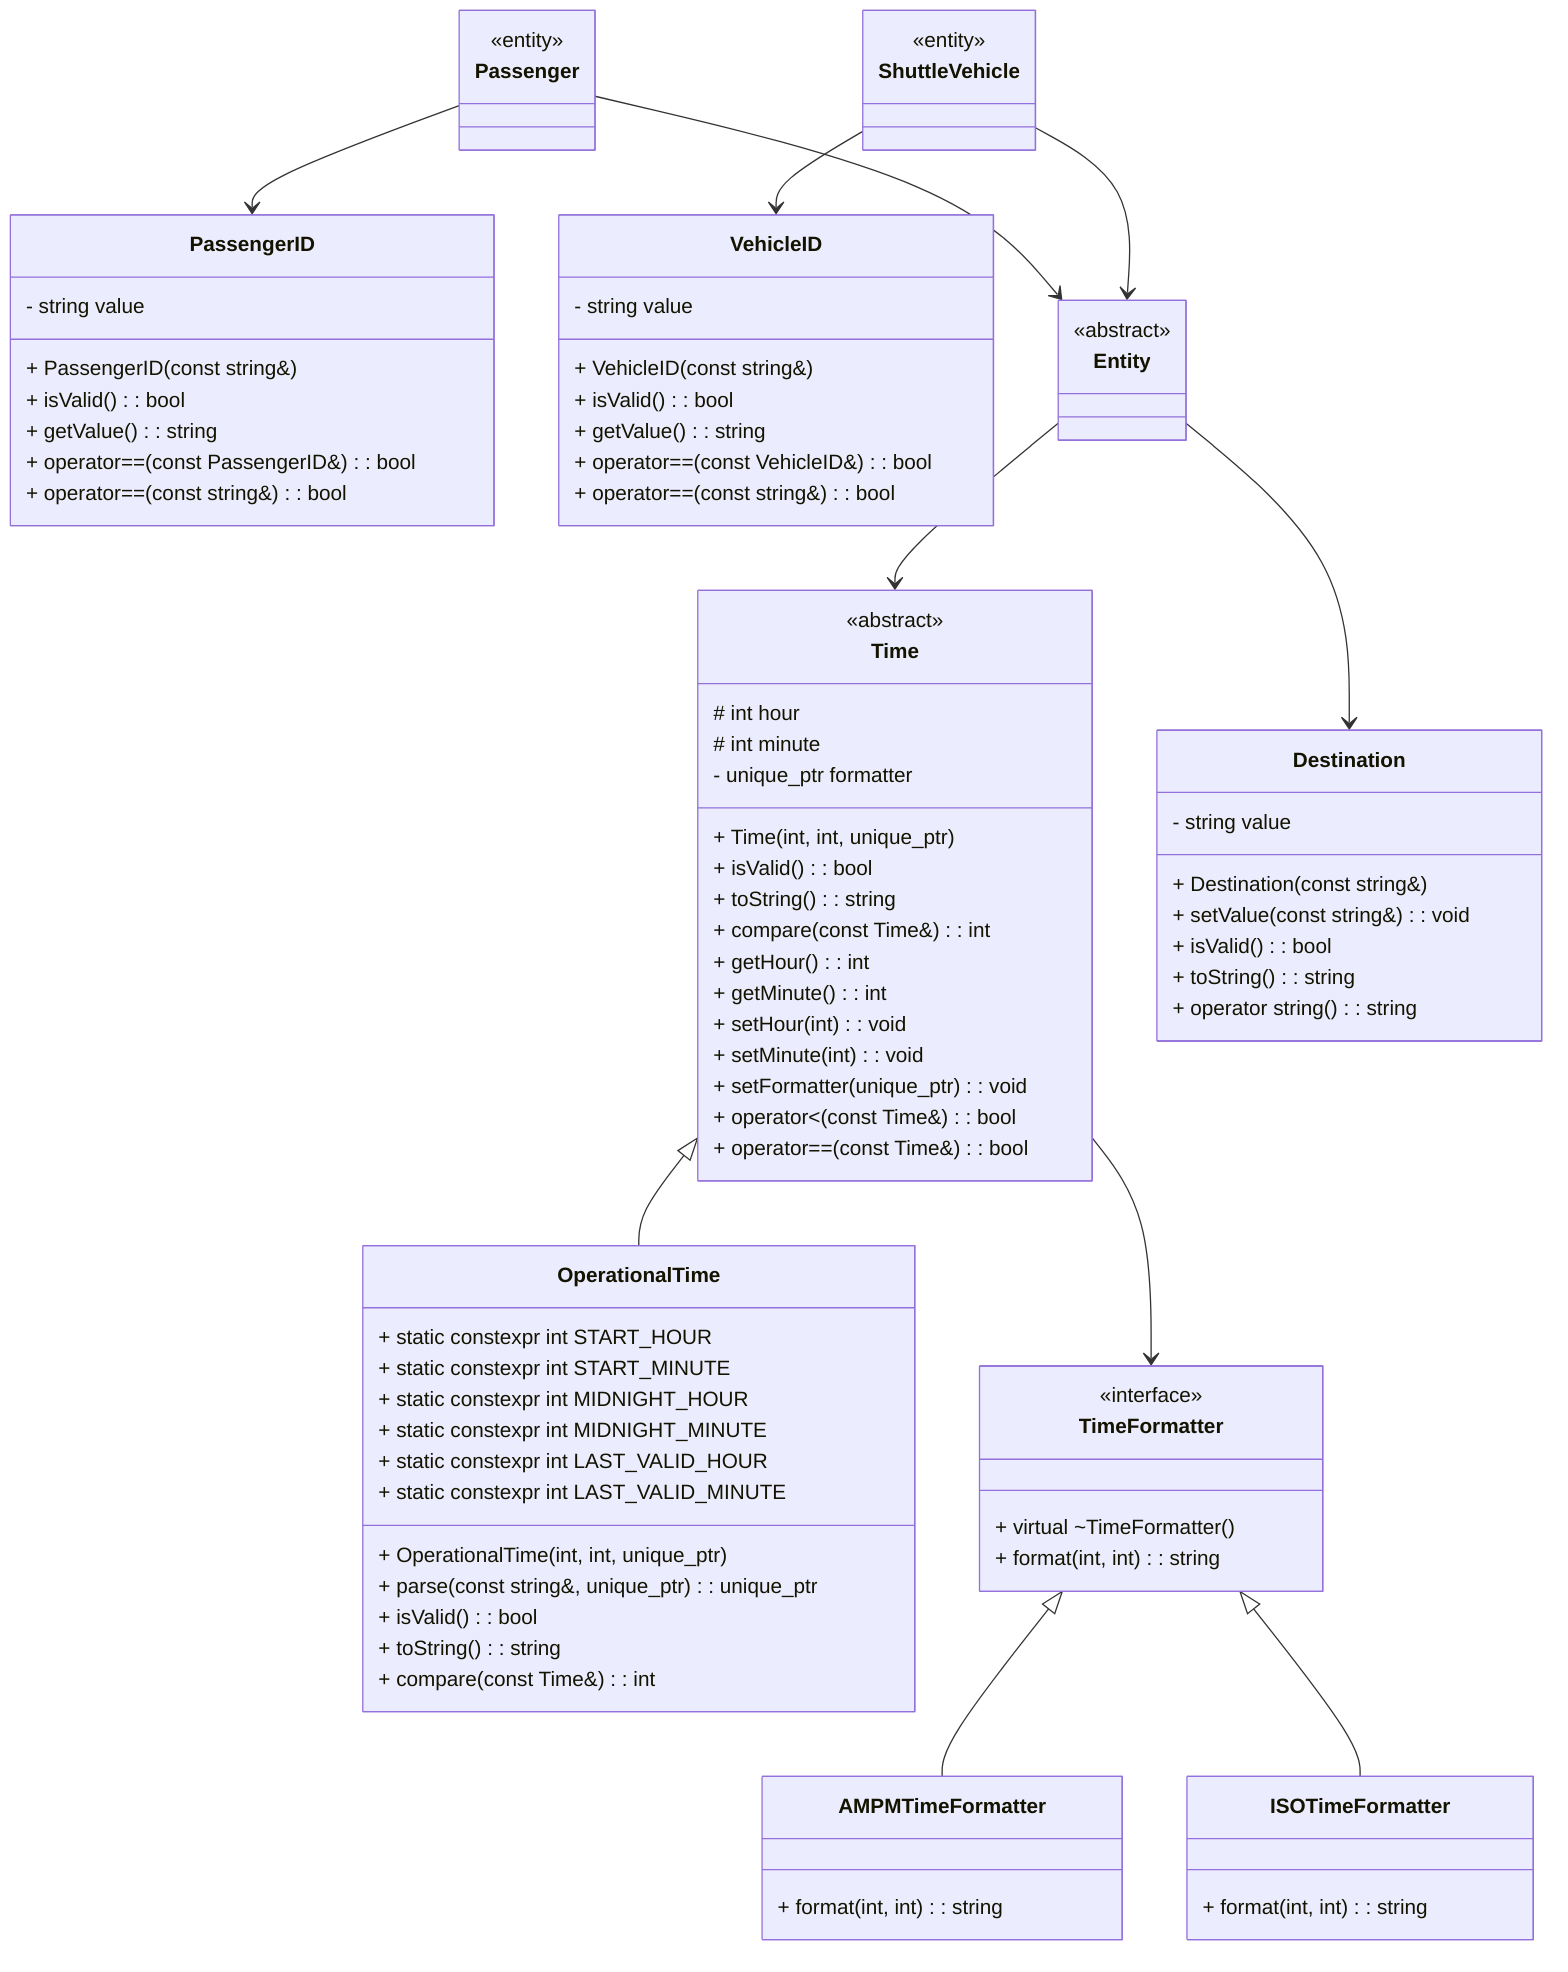
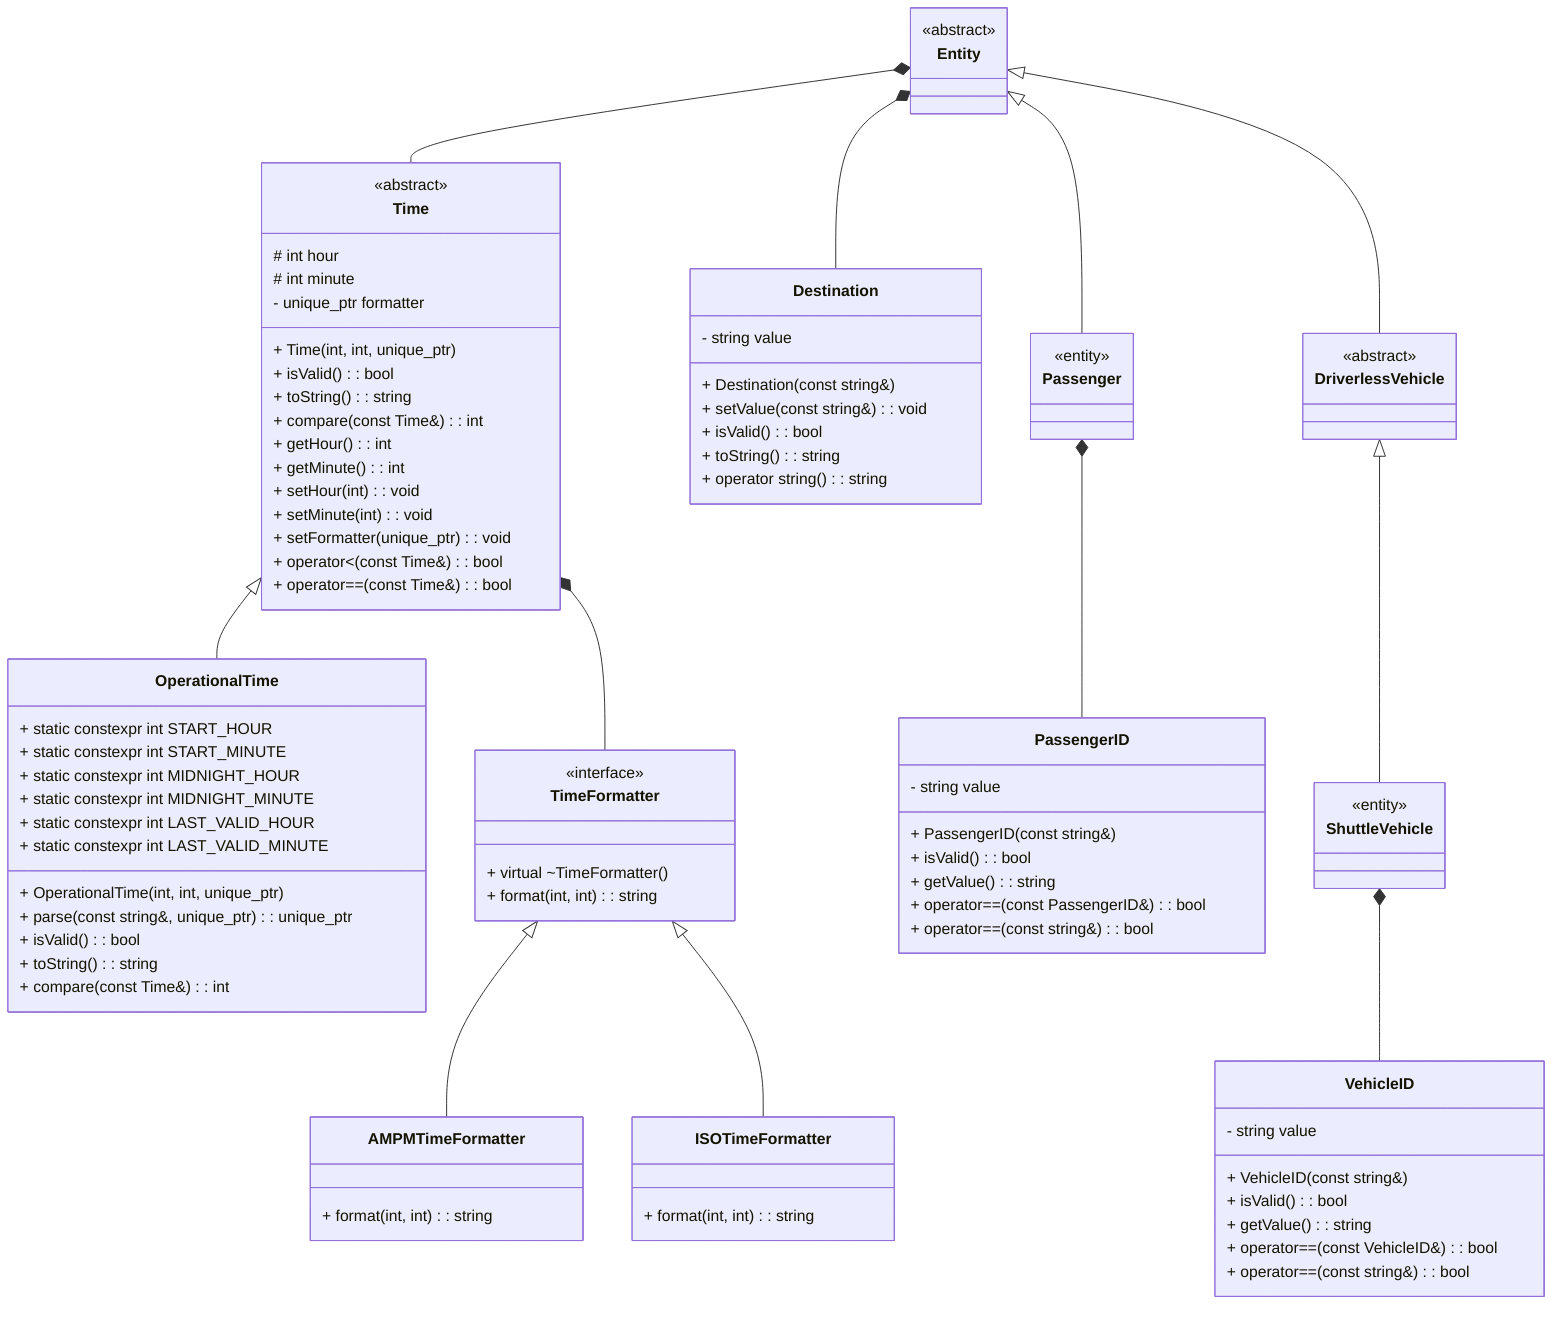
classDiagram
    direction TB

    class Time {
        <<abstract>>
        # int hour
        # int minute
        - unique_ptr<TimeFormatter> formatter
        + Time(int, int, unique_ptr<TimeFormatter>)
        + isValid(): bool
        + toString(): string
        + compare(const Time&): int
        + getHour(): int
        + getMinute(): int
        + setHour(int): void
        + setMinute(int): void
        + setFormatter(unique_ptr<TimeFormatter>): void
        + operator<(const Time&): bool
        + operator==(const Time&): bool
    }

    class OperationalTime {
        + static constexpr int START_HOUR
        + static constexpr int START_MINUTE
        + static constexpr int MIDNIGHT_HOUR
        + static constexpr int MIDNIGHT_MINUTE
        + static constexpr int LAST_VALID_HOUR
        + static constexpr int LAST_VALID_MINUTE
        + OperationalTime(int, int, unique_ptr<TimeFormatter>)
        + parse(const string&, unique_ptr<TimeFormatter>): unique_ptr<OperationalTime>
        + isValid(): bool
        + toString(): string
        + compare(const Time&): int
    }

    class TimeFormatter {
        <<interface>>
        + virtual ~TimeFormatter()
        + format(int, int): string
    }

    class AMPMTimeFormatter {
        + format(int, int): string
    }

    class ISOTimeFormatter {
        + format(int, int): string
    }

    class Destination {
        - string value
        + Destination(const string&)
        + setValue(const string&): void
        + isValid(): bool
        + toString(): string
        + operator string(): string
    }

    class PassengerID {
        - string value
        + PassengerID(const string&)
        + isValid(): bool
        + getValue(): string
        + operator==(const PassengerID&): bool
        + operator==(const string&): bool
    }

    class VehicleID {
        - string value
        + VehicleID(const string&)
        + isValid(): bool
        + getValue(): string
        + operator==(const VehicleID&): bool
        + operator==(const string&): bool
    }

    class Entity {
        <<abstract>>
    }

+     class DriverlessVehicle {
+         <<abstract>>
+     }
+ 
    class Passenger {
        <<entity>>
    }

    class ShuttleVehicle {
        <<entity>>
    }

    Time <|-- OperationalTime
    TimeFormatter <|-- AMPMTimeFormatter
    TimeFormatter <|-- ISOTimeFormatter

-     Time --> TimeFormatter
-     Entity --> Destination
-     Entity --> Time
-     Passenger --> PassengerID
-     ShuttleVehicle --> VehicleID
-     Passenger --> Entity
-     ShuttleVehicle --> Entity
+     Time *-- TimeFormatter
+     Entity *-- Destination
+     Entity *-- Time
+     Passenger *-- PassengerID
+     ShuttleVehicle *-- VehicleID
+     Entity <|-- Passenger
+     Entity <|-- DriverlessVehicle
+     DriverlessVehicle <|-- ShuttleVehicle
